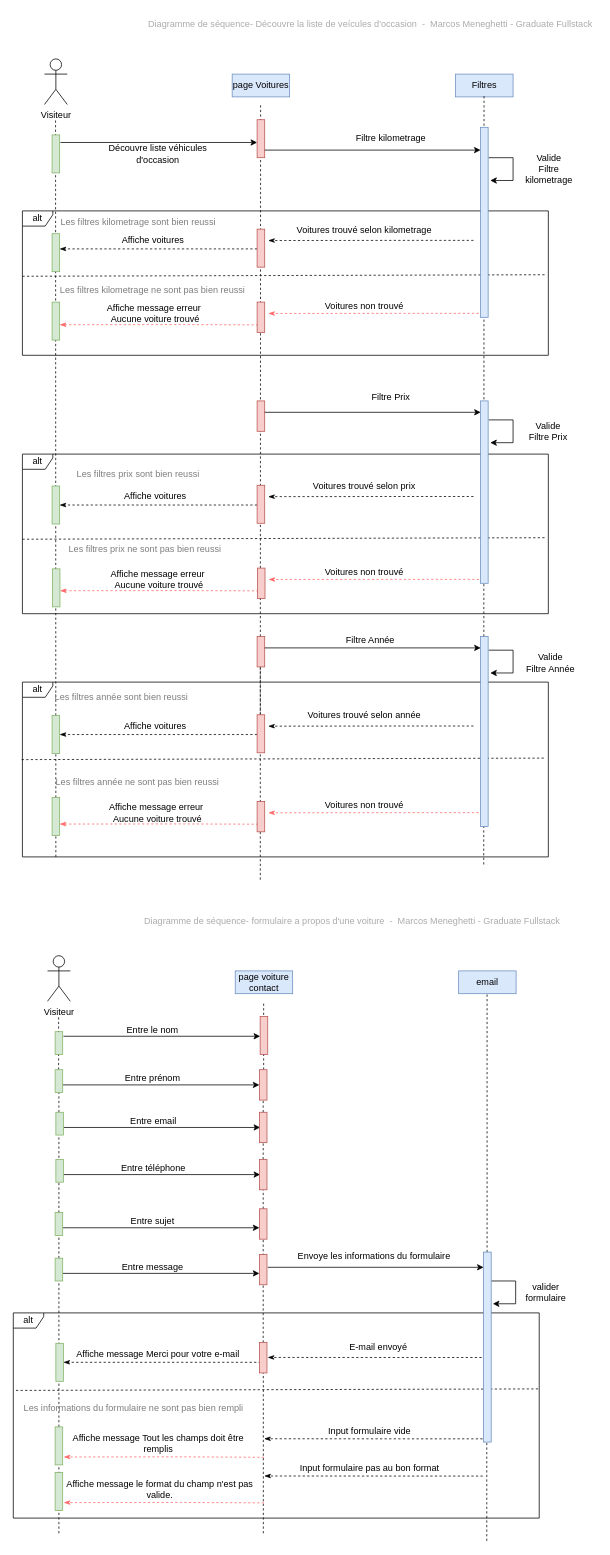
The draw.io diagram page "Page-1" (1 of 2) of diagrammes/diagramme de sequence.drawio in MarcosMene/garage_parrot, before the edit. Source tidied: cells renumbered, new cells numbered last; positions are measured from the earlier drawing's top-left corner, leaving out a move shared by most shapes. Both pictures are drawn from the tidied source at 76%, with x=0, y=0 at pixel (13, 13).
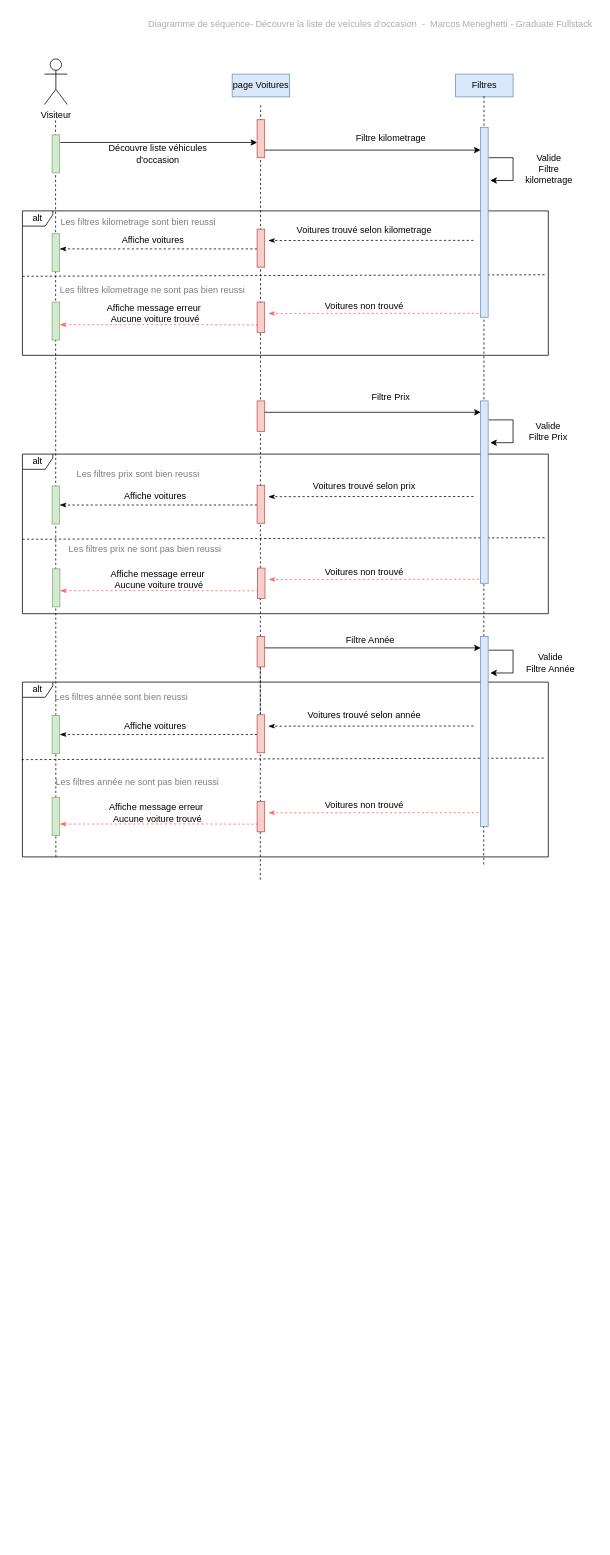
Above is the later version.

The edit, as a diff of the source:
```diff
@@
-    <mxCell id="70" value="&lt;font color=&quot;#ababab&quot;&gt;Diagramme de séquence- formulaire a propos d'une voiture&amp;nbsp; -&amp;nbsp; Marcos Meneghetti - Graduate Fullstack&lt;/font&gt;" style="text;html=1;strokeColor=none;fillColor=none;align=center;verticalAlign=middle;whiteSpace=wrap;rounded=0;" parent="1" vertex="1">
-      <mxGeometry x="148" y="1180" width="596" height="30" as="geometry" />
-    </mxCell>
-    <mxCell id="71" value="Visiteur&lt;br&gt;" style="shape=umlActor;verticalLabelPosition=bottom;verticalAlign=top;html=1;" parent="1" vertex="1">
-      <mxGeometry x="45" y="1240" width="30" height="60" as="geometry" />
-    </mxCell>
-    <mxCell id="72" value="page voiture contact" style="text;html=1;strokeColor=#6c8ebf;fillColor=#dae8fc;align=center;verticalAlign=middle;whiteSpace=wrap;rounded=0;" parent="1" vertex="1">
-      <mxGeometry x="292" y="1260" width="75.6" height="30" as="geometry" />
-    </mxCell>
-    <mxCell id="73" value="Entre le nom" style="text;html=1;strokeColor=none;fillColor=none;align=center;verticalAlign=middle;whiteSpace=wrap;rounded=0;" parent="1" vertex="1">
-      <mxGeometry x="139" y="1333" width="88.5" height="10" as="geometry" />
-    </mxCell>
-    <mxCell id="74" value="email" style="text;html=1;strokeColor=#6c8ebf;fillColor=#dae8fc;align=center;verticalAlign=middle;whiteSpace=wrap;rounded=0;" parent="1" vertex="1">
-      <mxGeometry x="586" y="1260" width="75.6" height="30" as="geometry" />
-    </mxCell>
-    <mxCell id="75" style="endArrow=none;dashed=1;html=1;rounded=0;" parent="1" edge="1" source="105">
-      <mxGeometry relative="1" as="geometry">
-        <mxPoint x="329.4" y="1300" as="targetPoint" />
-      </mxGeometry>
-    </mxCell>
-    <mxCell id="76" style="endArrow=classic;html=1;rounded=0;exitX=1.1;exitY=0.2;exitDx=0;exitDy=0;exitPerimeter=0;" parent="1" edge="1" source="84" target="78">
-      <mxGeometry relative="1" as="geometry" />
-    </mxCell>
-    <mxCell id="77" style="endArrow=none;dashed=1;html=1;rounded=0;" parent="1" edge="1" source="94">
-      <mxGeometry relative="1" as="geometry">
-        <mxPoint x="59.6" y="1320" as="targetPoint" />
-      </mxGeometry>
-    </mxCell>
-    <mxCell id="78" style="html=1;points=[];perimeter=orthogonalPerimeter;outlineConnect=0;targetShapes=umlLifeline;portConstraint=eastwest;newEdgeStyle={&quot;edgeStyle&quot;:&quot;elbowEdgeStyle&quot;,&quot;elbow&quot;:&quot;vertical&quot;,&quot;curved&quot;:0,&quot;rounded&quot;:0};fillColor=#f8cecc;strokeColor=#b85450;" parent="1" vertex="1">
-      <mxGeometry x="324.8" y="1320" width="10" height="50" as="geometry" />
-    </mxCell>
-    <mxCell id="79" style="endArrow=none;dashed=1;html=1;rounded=0;" parent="1" edge="1" source="117">
-      <mxGeometry relative="1" as="geometry">
-        <mxPoint x="623.4" y="1289" as="targetPoint" />
-      </mxGeometry>
-    </mxCell>
-    <mxCell id="80" style="endArrow=classic;html=1;rounded=0;exitX=1.1;exitY=0.2;exitDx=0;exitDy=0;exitPerimeter=0;" parent="1" edge="1">
-      <mxGeometry relative="1" as="geometry">
-        <mxPoint x="334.8" y="1650" as="sourcePoint" />
-        <mxPoint x="618.8" y="1650" as="targetPoint" />
-      </mxGeometry>
-    </mxCell>
-    <mxCell id="81" value="Envoye les informations du formulaire" style="text;html=1;strokeColor=none;fillColor=none;align=center;verticalAlign=middle;whiteSpace=wrap;rounded=0;" parent="1" vertex="1">
-      <mxGeometry x="360" y="1620" width="230" height="30" as="geometry" />
-    </mxCell>
-    <mxCell id="82" style="endArrow=classic;html=1;rounded=0;" parent="1" edge="1">
-      <mxGeometry relative="1" as="geometry">
-        <mxPoint x="628.8" y="1668" as="sourcePoint" />
-        <mxPoint x="631" y="1698" as="targetPoint" />
-        <Array as="points">
-          <mxPoint x="661" y="1668" />
-          <mxPoint x="661" y="1698" />
-        </Array>
-      </mxGeometry>
-    </mxCell>
-    <mxCell id="83" value="valider&lt;br&gt;formulaire" style="text;html=1;strokeColor=none;fillColor=none;align=center;verticalAlign=middle;whiteSpace=wrap;rounded=0;" parent="1" vertex="1">
-      <mxGeometry x="672" y="1668" width="58.4" height="30" as="geometry" />
-    </mxCell>
-    <mxCell id="84" style="html=1;points=[];perimeter=orthogonalPerimeter;outlineConnect=0;targetShapes=umlLifeline;portConstraint=eastwest;newEdgeStyle={&quot;edgeStyle&quot;:&quot;elbowEdgeStyle&quot;,&quot;elbow&quot;:&quot;vertical&quot;,&quot;curved&quot;:0,&quot;rounded&quot;:0};fillColor=#d5e8d4;strokeColor=#82b366;" parent="1" vertex="1">
-      <mxGeometry x="55" y="1340" width="10" height="30" as="geometry" />
-    </mxCell>
-    <mxCell id="85" value="alt" style="shape=umlFrame;whiteSpace=wrap;html=1;width=40;height=20;" parent="1" vertex="1">
-      <mxGeometry y="1710" width="692" height="270" as="geometry" />
-    </mxCell>
-    <mxCell id="86" style="endArrow=classicThin;dashed=1;html=1;rounded=0;endFill=1;" parent="1" edge="1">
-      <mxGeometry relative="1" as="geometry">
-        <mxPoint x="622.2" y="1768.7" as="sourcePoint" />
-        <mxPoint x="334.8" y="1768.6" as="targetPoint" />
-        <Array as="points">
-          <mxPoint x="517.4" y="1768.7" />
-        </Array>
-      </mxGeometry>
-    </mxCell>
-    <mxCell id="87" style="endArrow=none;dashed=1;html=1;rounded=0;exitX=0.002;exitY=0.462;exitDx=0;exitDy=0;exitPerimeter=0;entryX=0.997;entryY=0.45;entryDx=0;entryDy=0;entryPerimeter=0;" parent="1" edge="1">
-      <mxGeometry relative="1" as="geometry">
-        <mxPoint x="3.5" y="1812" as="sourcePoint" />
-        <mxPoint x="692" y="1810" as="targetPoint" />
-      </mxGeometry>
-    </mxCell>
-    <mxCell id="88" style="endArrow=classicThin;dashed=1;html=1;rounded=0;endFill=1;fontColor=#FF6666;strokeColor=#FF6666;" parent="1" edge="1">
-      <mxGeometry relative="1" as="geometry">
-        <mxPoint x="330" y="1900" as="sourcePoint" />
-        <mxPoint x="66.4" y="1899.6" as="targetPoint" />
-        <Array as="points">
-          <mxPoint x="221.2" y="1899.4" />
-        </Array>
-      </mxGeometry>
-    </mxCell>
-    <mxCell id="89" style="endArrow=classicThin;dashed=1;html=1;rounded=0;endFill=1;" parent="1" edge="1">
-      <mxGeometry relative="1" as="geometry">
-        <mxPoint x="325.8" y="1775" as="sourcePoint" />
-        <mxPoint x="66" y="1775" as="targetPoint" />
-        <Array as="points">
-          <mxPoint x="221" y="1775" />
-        </Array>
-      </mxGeometry>
-    </mxCell>
-    <mxCell id="90" value="Affiche message Merci pour votre e-mail" style="text;html=1;strokeColor=none;fillColor=none;align=center;verticalAlign=middle;whiteSpace=wrap;rounded=0;" parent="1" vertex="1">
-      <mxGeometry x="73.5" y="1758.5" width="233" height="10" as="geometry" />
-    </mxCell>
-    <mxCell id="91" value="Entre prénom" style="text;html=1;strokeColor=none;fillColor=none;align=center;verticalAlign=middle;whiteSpace=wrap;rounded=0;" parent="1" vertex="1">
-      <mxGeometry x="139" y="1397" width="88.5" height="10" as="geometry" />
-    </mxCell>
-    <mxCell id="92" style="endArrow=classic;html=1;rounded=0;exitX=1.1;exitY=0.2;exitDx=0;exitDy=0;exitPerimeter=0;" parent="1" edge="1" target="105">
-      <mxGeometry relative="1" as="geometry">
-        <mxPoint x="65" y="1410" as="sourcePoint" />
-      </mxGeometry>
-    </mxCell>
-    <mxCell id="93" style="endArrow=none;dashed=1;html=1;rounded=0;" parent="1" edge="1" source="125" target="94">
-      <mxGeometry relative="1" as="geometry" />
-    </mxCell>
-    <mxCell id="94" style="html=1;points=[];perimeter=orthogonalPerimeter;outlineConnect=0;targetShapes=umlLifeline;portConstraint=eastwest;newEdgeStyle={&quot;edgeStyle&quot;:&quot;elbowEdgeStyle&quot;,&quot;elbow&quot;:&quot;vertical&quot;,&quot;curved&quot;:0,&quot;rounded&quot;:0};fillColor=#d5e8d4;strokeColor=#82b366;" parent="1" vertex="1">
-      <mxGeometry x="55" y="1390" width="10" height="30" as="geometry" />
-    </mxCell>
-    <mxCell id="95" value="Entre email" style="text;html=1;strokeColor=none;fillColor=none;align=center;verticalAlign=middle;whiteSpace=wrap;rounded=0;" parent="1" vertex="1">
-      <mxGeometry x="140" y="1453" width="88.5" height="10" as="geometry" />
-    </mxCell>
-    <mxCell id="96" style="endArrow=classic;html=1;rounded=0;exitX=1.1;exitY=0.2;exitDx=0;exitDy=0;exitPerimeter=0;" parent="1" edge="1">
-      <mxGeometry relative="1" as="geometry">
-        <mxPoint x="66" y="1466" as="sourcePoint" />
-        <mxPoint x="324.8" y="1466" as="targetPoint" />
-      </mxGeometry>
-    </mxCell>
-    <mxCell id="97" style="html=1;perimeter=orthogonalPerimeter;targetShapes=umlLifeline;newEdgeStyle={&quot;edgeStyle&quot;:&quot;elbowEdgeStyle&quot;,&quot;elbow&quot;:&quot;vertical&quot;,&quot;curved&quot;:0,&quot;rounded&quot;:0};fillColor=#d5e8d4;strokeColor=#82b366;" parent="1" vertex="1">
-      <mxGeometry x="56" y="1446" width="10" height="30" as="geometry" />
-    </mxCell>
-    <mxCell id="98" value="Entre téléphone" style="text;html=1;strokeColor=none;fillColor=none;align=center;verticalAlign=middle;whiteSpace=wrap;rounded=0;" parent="1" vertex="1">
-      <mxGeometry x="140" y="1515" width="88.5" height="10" as="geometry" />
-    </mxCell>
-    <mxCell id="99" style="endArrow=classic;html=1;rounded=0;exitX=1.1;exitY=0.2;exitDx=0;exitDy=0;exitPerimeter=0;" parent="1" edge="1">
-      <mxGeometry relative="1" as="geometry">
-        <mxPoint x="66" y="1528" as="sourcePoint" />
-        <mxPoint x="324.8" y="1528" as="targetPoint" />
-      </mxGeometry>
-    </mxCell>
-    <mxCell id="100" style="html=1;perimeter=orthogonalPerimeter;targetShapes=umlLifeline;newEdgeStyle={&quot;edgeStyle&quot;:&quot;elbowEdgeStyle&quot;,&quot;elbow&quot;:&quot;vertical&quot;,&quot;curved&quot;:0,&quot;rounded&quot;:0};fillColor=#d5e8d4;strokeColor=#82b366;" parent="1" vertex="1">
-      <mxGeometry x="56" y="1508" width="10" height="30" as="geometry" />
-    </mxCell>
-    <mxCell id="101" value="Entre sujet" style="text;html=1;strokeColor=none;fillColor=none;align=center;verticalAlign=middle;whiteSpace=wrap;rounded=0;" parent="1" vertex="1">
-      <mxGeometry x="139" y="1585" width="88.5" height="10" as="geometry" />
-    </mxCell>
-    <mxCell id="102" style="endArrow=classic;html=1;rounded=0;exitX=1.1;exitY=0.2;exitDx=0;exitDy=0;exitPerimeter=0;" parent="1" edge="1">
-      <mxGeometry relative="1" as="geometry">
-        <mxPoint x="65" y="1598" as="sourcePoint" />
-        <mxPoint x="323.8" y="1598" as="targetPoint" />
-      </mxGeometry>
-    </mxCell>
-    <mxCell id="103" style="html=1;perimeter=orthogonalPerimeter;targetShapes=umlLifeline;newEdgeStyle={&quot;edgeStyle&quot;:&quot;elbowEdgeStyle&quot;,&quot;elbow&quot;:&quot;vertical&quot;,&quot;curved&quot;:0,&quot;rounded&quot;:0};fillColor=#d5e8d4;strokeColor=#82b366;" parent="1" vertex="1">
-      <mxGeometry x="55" y="1578" width="10" height="30" as="geometry" />
-    </mxCell>
-    <mxCell id="104" style="endArrow=none;dashed=1;html=1;rounded=0;" parent="1" edge="1" source="107" target="105">
-      <mxGeometry relative="1" as="geometry" />
-    </mxCell>
-    <mxCell id="105" style="html=1;points=[];perimeter=orthogonalPerimeter;outlineConnect=0;targetShapes=umlLifeline;portConstraint=eastwest;newEdgeStyle={&quot;edgeStyle&quot;:&quot;elbowEdgeStyle&quot;,&quot;elbow&quot;:&quot;vertical&quot;,&quot;curved&quot;:0,&quot;rounded&quot;:0};fillColor=#f8cecc;strokeColor=#b85450;" parent="1" vertex="1">
-      <mxGeometry x="323.8" y="1390" width="10" height="40" as="geometry" />
-    </mxCell>
-    <mxCell id="106" style="endArrow=none;dashed=1;html=1;rounded=0;" parent="1" edge="1" source="109" target="107">
-      <mxGeometry relative="1" as="geometry" />
-    </mxCell>
-    <mxCell id="107" style="html=1;points=[];perimeter=orthogonalPerimeter;outlineConnect=0;targetShapes=umlLifeline;portConstraint=eastwest;newEdgeStyle={&quot;edgeStyle&quot;:&quot;elbowEdgeStyle&quot;,&quot;elbow&quot;:&quot;vertical&quot;,&quot;curved&quot;:0,&quot;rounded&quot;:0};fillColor=#f8cecc;strokeColor=#b85450;" parent="1" vertex="1">
-      <mxGeometry x="323.8" y="1446" width="10" height="40" as="geometry" />
-    </mxCell>
-    <mxCell id="108" style="endArrow=none;dashed=1;html=1;rounded=0;" parent="1" edge="1" source="111" target="109">
-      <mxGeometry relative="1" as="geometry" />
-    </mxCell>
-    <mxCell id="109" style="html=1;points=[];perimeter=orthogonalPerimeter;outlineConnect=0;targetShapes=umlLifeline;portConstraint=eastwest;newEdgeStyle={&quot;edgeStyle&quot;:&quot;elbowEdgeStyle&quot;,&quot;elbow&quot;:&quot;vertical&quot;,&quot;curved&quot;:0,&quot;rounded&quot;:0};fillColor=#f8cecc;strokeColor=#b85450;" parent="1" vertex="1">
-      <mxGeometry x="323.8" y="1508" width="10" height="40" as="geometry" />
-    </mxCell>
-    <mxCell id="110" style="endArrow=none;dashed=1;html=1;rounded=0;" parent="1" edge="1" source="119" target="111">
-      <mxGeometry relative="1" as="geometry" />
-    </mxCell>
-    <mxCell id="111" style="html=1;points=[];perimeter=orthogonalPerimeter;outlineConnect=0;targetShapes=umlLifeline;portConstraint=eastwest;newEdgeStyle={&quot;edgeStyle&quot;:&quot;elbowEdgeStyle&quot;,&quot;elbow&quot;:&quot;vertical&quot;,&quot;curved&quot;:0,&quot;rounded&quot;:0};fillColor=#f8cecc;strokeColor=#b85450;" parent="1" vertex="1">
-      <mxGeometry x="323.8" y="1573" width="10" height="40" as="geometry" />
-    </mxCell>
-    <mxCell id="112" value="Entre message" style="text;html=1;strokeColor=none;fillColor=none;align=center;verticalAlign=middle;whiteSpace=wrap;rounded=0;" parent="1" vertex="1">
-      <mxGeometry x="139" y="1645" width="88.5" height="10" as="geometry" />
-    </mxCell>
-    <mxCell id="113" style="endArrow=classic;html=1;rounded=0;exitX=1.1;exitY=0.2;exitDx=0;exitDy=0;exitPerimeter=0;" parent="1" edge="1">
-      <mxGeometry relative="1" as="geometry">
-        <mxPoint x="65" y="1658" as="sourcePoint" />
-        <mxPoint x="323.8" y="1658" as="targetPoint" />
-      </mxGeometry>
-    </mxCell>
-    <mxCell id="114" style="html=1;perimeter=orthogonalPerimeter;targetShapes=umlLifeline;newEdgeStyle={&quot;edgeStyle&quot;:&quot;elbowEdgeStyle&quot;,&quot;elbow&quot;:&quot;vertical&quot;,&quot;curved&quot;:0,&quot;rounded&quot;:0};fillColor=#d5e8d4;strokeColor=#82b366;" parent="1" vertex="1">
-      <mxGeometry x="55" y="1638" width="10" height="30" as="geometry" />
-    </mxCell>
-    <mxCell id="115" style="html=1;perimeter=orthogonalPerimeter;targetShapes=umlLifeline;newEdgeStyle={&quot;edgeStyle&quot;:&quot;elbowEdgeStyle&quot;,&quot;elbow&quot;:&quot;vertical&quot;,&quot;curved&quot;:0,&quot;rounded&quot;:0};fillColor=#f8cecc;strokeColor=#b85450;" parent="1" vertex="1">
-      <mxGeometry x="323.8" y="1633" width="10" height="40" as="geometry" />
-    </mxCell>
-    <mxCell id="116" style="endArrow=none;dashed=1;html=1;rounded=0;" parent="1" edge="1" target="117">
-      <mxGeometry relative="1" as="geometry">
-        <mxPoint x="623" y="2010" as="sourcePoint" />
-      </mxGeometry>
-    </mxCell>
-    <mxCell id="117" style="html=1;points=[];perimeter=orthogonalPerimeter;outlineConnect=0;targetShapes=umlLifeline;portConstraint=eastwest;newEdgeStyle={&quot;edgeStyle&quot;:&quot;elbowEdgeStyle&quot;,&quot;elbow&quot;:&quot;vertical&quot;,&quot;curved&quot;:0,&quot;rounded&quot;:0};fillColor=#dae8fc;strokeColor=#6c8ebf;" parent="1" vertex="1">
-      <mxGeometry x="618.8" y="1630" width="10" height="250" as="geometry" />
-    </mxCell>
-    <mxCell id="118" style="endArrow=none;dashed=1;html=1;rounded=0;" parent="1" edge="1" target="119">
-      <mxGeometry relative="1" as="geometry">
-        <mxPoint x="329" y="2000" as="sourcePoint" />
-      </mxGeometry>
-    </mxCell>
-    <mxCell id="119" style="html=1;points=[];perimeter=orthogonalPerimeter;outlineConnect=0;targetShapes=umlLifeline;portConstraint=eastwest;newEdgeStyle={&quot;edgeStyle&quot;:&quot;elbowEdgeStyle&quot;,&quot;elbow&quot;:&quot;vertical&quot;,&quot;curved&quot;:0,&quot;rounded&quot;:0};fillColor=#f8cecc;strokeColor=#b85450;" parent="1" vertex="1">
-      <mxGeometry x="323.8" y="1749" width="10" height="40" as="geometry" />
-    </mxCell>
-    <mxCell id="120" value="E-mail envoyé" style="text;html=1;strokeColor=none;fillColor=none;align=center;verticalAlign=middle;whiteSpace=wrap;rounded=0;" parent="1" vertex="1">
-      <mxGeometry x="432" y="1740" width="97" height="30" as="geometry" />
-    </mxCell>
-    <mxCell id="121" style="endArrow=classicThin;dashed=1;html=1;rounded=0;endFill=1;" parent="1" edge="1">
-      <mxGeometry relative="1" as="geometry">
-        <mxPoint x="617.5" y="1875.7" as="sourcePoint" />
-        <mxPoint x="330.1" y="1875.6" as="targetPoint" />
-        <Array as="points">
-          <mxPoint x="512.7" y="1875.7" />
-        </Array>
-      </mxGeometry>
-    </mxCell>
-    <mxCell id="122" value="Input formulaire vide" style="text;html=1;strokeColor=none;fillColor=none;align=center;verticalAlign=middle;whiteSpace=wrap;rounded=0;" parent="1" vertex="1">
-      <mxGeometry x="354.1" y="1851" width="230" height="30" as="geometry" />
-    </mxCell>
-    <mxCell id="123" style="html=1;perimeter=orthogonalPerimeter;targetShapes=umlLifeline;newEdgeStyle={&quot;edgeStyle&quot;:&quot;elbowEdgeStyle&quot;,&quot;elbow&quot;:&quot;vertical&quot;,&quot;curved&quot;:0,&quot;rounded&quot;:0};fillColor=#d5e8d4;strokeColor=#82b366;" parent="1" vertex="1">
-      <mxGeometry x="56" y="1750" width="10" height="50" as="geometry" />
-    </mxCell>
-    <mxCell id="124" style="endArrow=none;dashed=1;html=1;rounded=0;" parent="1" edge="1" target="125">
-      <mxGeometry relative="1" as="geometry">
-        <mxPoint x="60" y="2000" as="sourcePoint" />
-      </mxGeometry>
-    </mxCell>
-    <mxCell id="125" style="html=1;points=[];perimeter=orthogonalPerimeter;outlineConnect=0;targetShapes=umlLifeline;portConstraint=eastwest;newEdgeStyle={&quot;edgeStyle&quot;:&quot;elbowEdgeStyle&quot;,&quot;elbow&quot;:&quot;vertical&quot;,&quot;curved&quot;:0,&quot;rounded&quot;:0};fillColor=#d5e8d4;strokeColor=#82b366;" parent="1" vertex="1">
-      <mxGeometry x="55" y="1860" width="10" height="50" as="geometry" />
-    </mxCell>
-    <mxCell id="126" value="Affiche message Tout les champs doit être remplis" style="text;html=1;strokeColor=none;fillColor=none;align=center;verticalAlign=middle;whiteSpace=wrap;rounded=0;" parent="1" vertex="1">
-      <mxGeometry x="74" y="1874.5" width="234" height="15.5" as="geometry" />
-    </mxCell>
-    <mxCell id="127" style="endArrow=classicThin;dashed=1;html=1;rounded=0;endFill=1;" parent="1" edge="1">
-      <mxGeometry relative="1" as="geometry">
-        <mxPoint x="617.7" y="1924.7" as="sourcePoint" />
-        <mxPoint x="330.3" y="1924.6" as="targetPoint" />
-        <Array as="points">
-          <mxPoint x="512.9" y="1924.7" />
-        </Array>
-      </mxGeometry>
-    </mxCell>
-    <mxCell id="128" value="Input formulaire pas au bon format" style="text;html=1;strokeColor=none;fillColor=none;align=center;verticalAlign=middle;whiteSpace=wrap;rounded=0;" parent="1" vertex="1">
-      <mxGeometry x="354.3" y="1900" width="230" height="30" as="geometry" />
-    </mxCell>
-    <mxCell id="129" style="endArrow=classicThin;dashed=1;html=1;rounded=0;endFill=1;fontColor=#FF6666;strokeColor=#FF6666;" parent="1" edge="1">
-      <mxGeometry relative="1" as="geometry">
-        <mxPoint x="330" y="1960" as="sourcePoint" />
-        <mxPoint x="66.4" y="1959.6" as="targetPoint" />
-        <Array as="points">
-          <mxPoint x="221.2" y="1959.4" />
-        </Array>
-      </mxGeometry>
-    </mxCell>
-    <mxCell id="130" style="html=1;perimeter=orthogonalPerimeter;targetShapes=umlLifeline;newEdgeStyle={&quot;edgeStyle&quot;:&quot;elbowEdgeStyle&quot;,&quot;elbow&quot;:&quot;vertical&quot;,&quot;curved&quot;:0,&quot;rounded&quot;:0};fillColor=#d5e8d4;strokeColor=#82b366;" parent="1" vertex="1">
-      <mxGeometry x="55" y="1920" width="10" height="50" as="geometry" />
-    </mxCell>
-    <mxCell id="131" value="Affiche message le format du champ n'est pas valide." style="text;html=1;strokeColor=none;fillColor=none;align=center;verticalAlign=middle;whiteSpace=wrap;rounded=0;" parent="1" vertex="1">
-      <mxGeometry x="66" y="1934.5" width="254" height="15.5" as="geometry" />
-    </mxCell>
@@
-    <mxCell id="134" value="&lt;font color=&quot;#7d7d7d&quot;&gt;Les informations du formulaire ne sont pas bien rempli&lt;/font&gt;" style="text;html=1;strokeColor=none;fillColor=none;align=center;verticalAlign=middle;whiteSpace=wrap;rounded=0;" parent="1" vertex="1">
-      <mxGeometry x="9.5" y="1821" width="297" height="30" as="geometry" />
-    </mxCell>
```
